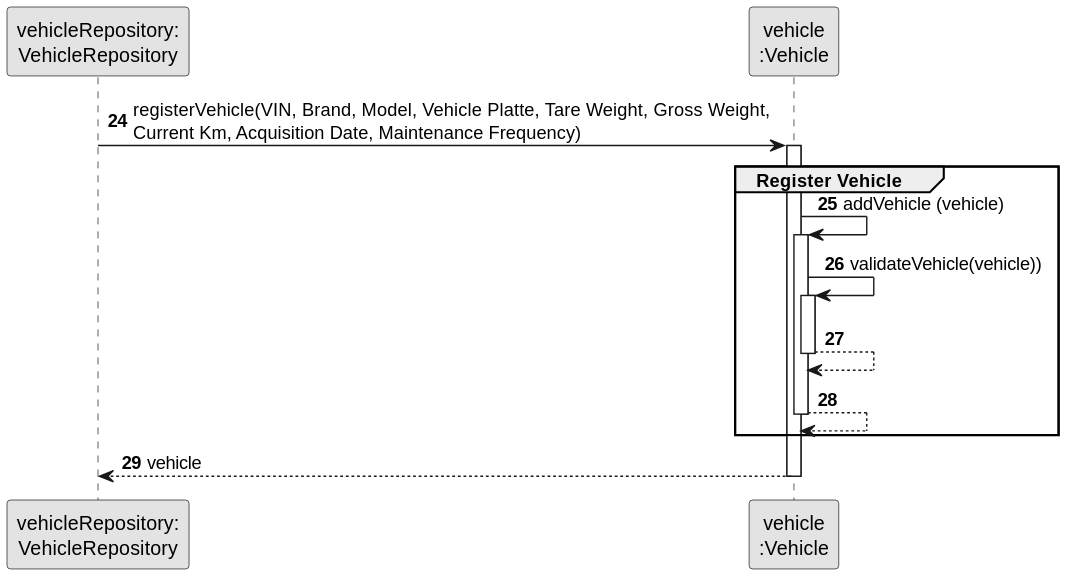
This is docs/sprintB/us006/03.design/svg/us006-sequence-diagram-partial-register-vehicle.svg from ricardomm7/leaflink, a PlantUML export, as it was before one commit.
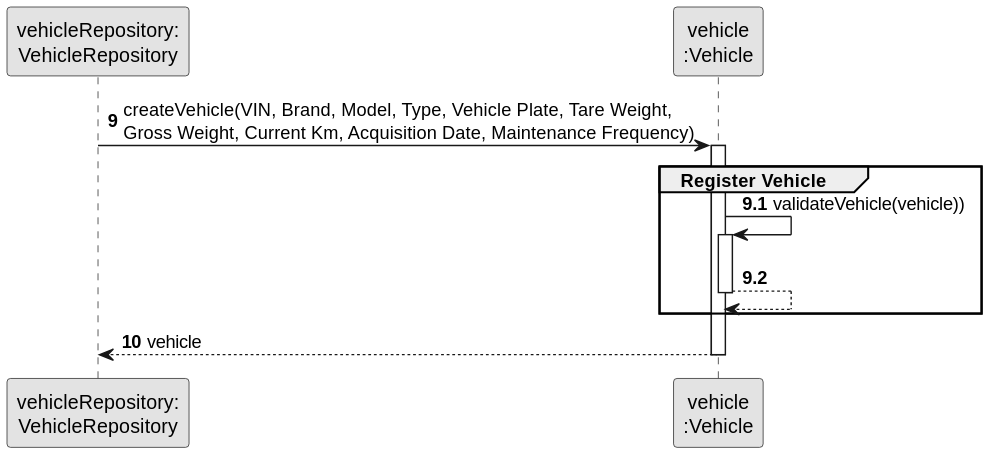
Later version of the same file.

The edit, as a diff of the source:
```diff
@@ -6,13 +6,13 @@
 participant "vehicleRepository:\nVehicleRepository" as VehicleRepository
 participant "vehicle\n:Vehicle" as VEI
 
-autonumber 24
-VehicleRepository -> VEI: registerVehicle(VIN, Brand, Model, Vehicle Platte, Tare Weight, Gross Weight,\nCurrent Km, Acquisition Date, Maintenance Frequency)
+autonumber 9
+            VehicleRepository -> VEI: createVehicle(VIN, Brand, Model, Type, Vehicle Plate, Tare Weight, \nGross Weight, Current Km, Acquisition Date, Maintenance Frequency)
 
 activate VEI
     group Register Vehicle
-                              VEI -> VEI: addVehicle (vehicle)
-                              activate VEI
+    autonumber 9.1
+
 
                               VEI -> VEI: validateVehicle(vehicle))
                               activate VEI
@@ -20,12 +20,12 @@
                               VEI --> VEI
                               deactivate VEI
 
-                              VEI --> VEI
-                              deactivate VEI
+
 
 
     end
 
+autonumber 10
     VEI --> VehicleRepository: vehicle
 deactivate VEI
 @enduml
```
